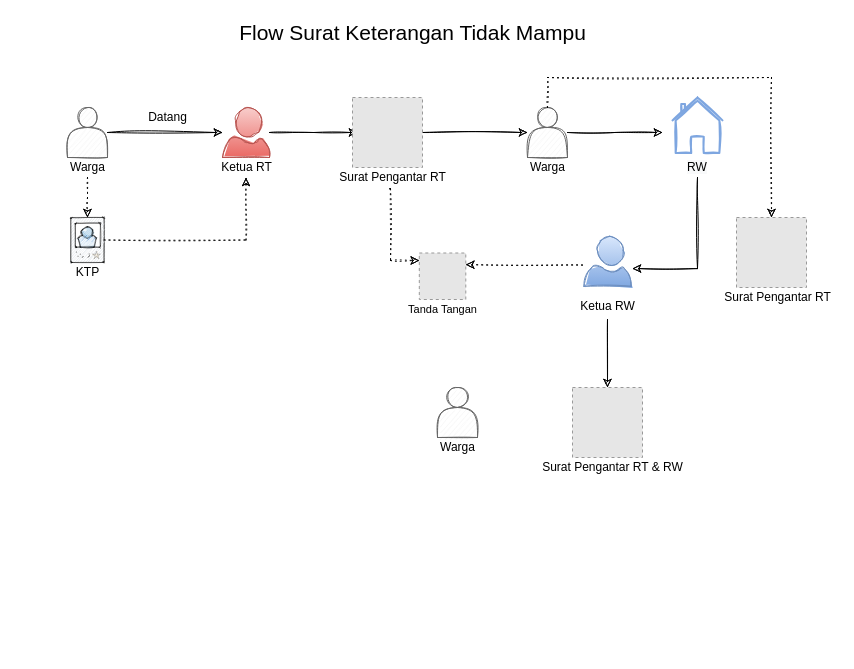
Before: Flow Chart MasAPp.drawio in arifinriski/fullstack_challenge, a draw.io diagram. Source tidied: cells renumbered, new cells numbered last; positions are measured from the earlier drawing's top-left corner, leaving out a move shared by most shapes. Both pictures are drawn from the tidied source at 100%, with x=0, y=0 at pixel (62, 17). Pictures stored in the file or linked from it are replaced by grey dashed boxes.
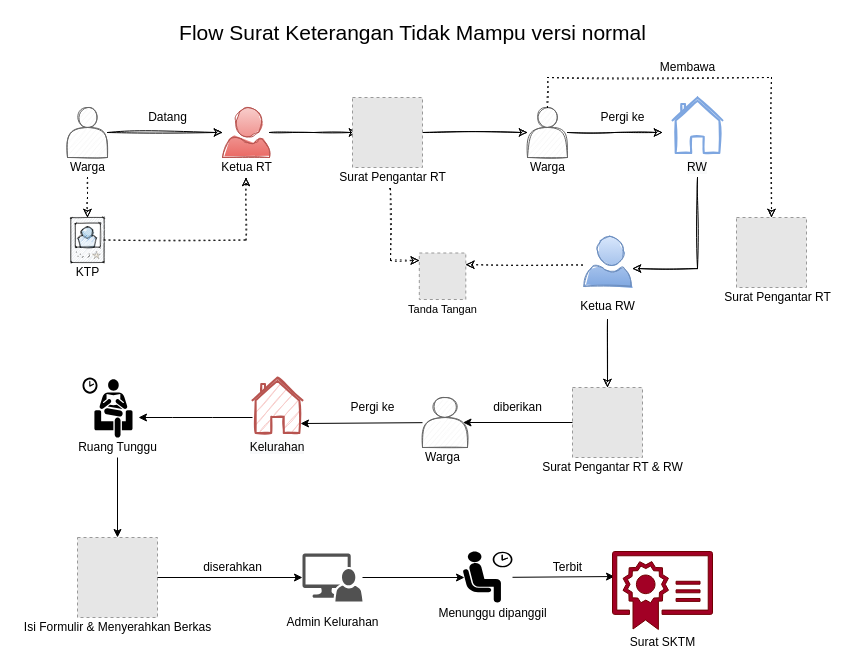
Above is the later version.

Unchanged cells that the change refers to:
```xml
<mxCell id="40" style="fillColor=#E6E6E6;strokeColor=#999999;dashed=1;html=1;verticalAlign=top;verticalLabelPosition=bottom;labelBackgroundColor=#ffffff;" parent="38" vertex="1">
  <mxGeometry x="40" width="70" height="70" as="geometry" />
</mxCell>
```

What changed in the source:
```diff
@@
-    <mxCell id="4" value="Flow Surat Keterangan Tidak Mampu" style="text;html=1;align=center;verticalAlign=middle;fontSize=21;sketch=1;" parent="1" vertex="1">
-      <mxGeometry x="170" width="360" height="30" as="geometry" />
+    <mxCell id="4" value="Flow Surat Keterangan Tidak Mampu versi normal" style="text;html=1;align=center;verticalAlign=middle;fontSize=21;sketch=1;" parent="1" vertex="1">
+      <mxGeometry x="110" width="480" height="30" as="geometry" />
     </mxCell>
@@
     <mxCell id="45" style="group;" parent="1" vertex="1">
-      <mxGeometry x="370" y="370" width="50" height="70" as="geometry" />
+      <mxGeometry x="355" y="380" width="50" height="70" as="geometry" />
     </mxCell>
     <mxCell id="46" style="shape=actor;whiteSpace=wrap;html=1;fillColor=#f5f5f5;strokeColor=#666666;fontColor=#333333;sketch=1;" parent="45" vertex="1">
-      <mxGeometry x="5" width="40" height="50" as="geometry" />
+      <mxGeometry x="5" width="45" height="50" as="geometry" />
     </mxCell>
@@
+    <mxCell id="48" style="edgeStyle=orthogonalEdgeStyle;rounded=0;jettySize=auto;html=1;entryX=0.9;entryY=0.5;entryDx=0;entryDy=0;entryPerimeter=0;" parent="1" edge="1" source="40" target="46">
+      <mxGeometry relative="1" as="geometry" />
+    </mxCell>
+    <mxCell id="49" style="rounded=0;jettySize=auto;html=1;entryX=0.96;entryY=0.829;entryDx=0;entryDy=0;entryPerimeter=0;" parent="1" edge="1" source="46" target="51">
+      <mxGeometry relative="1" as="geometry" />
+    </mxCell>
+    <mxCell id="50" style="group;" parent="1" vertex="1">
+      <mxGeometry x="190" y="360" width="50" height="80" as="geometry" />
+    </mxCell>
+    <mxCell id="51" style="html=1;verticalLabelPosition=bottom;align=center;labelBackgroundColor=#ffffff;verticalAlign=top;strokeWidth=2;shadow=0;dashed=0;shape=mxgraph.ios7.icons.home;sketch=1;strokeColor=#b85450;fillColor=#f8cecc;" parent="50" vertex="1">
+      <mxGeometry width="50" height="55.5" as="geometry" />
+    </mxCell>
+    <mxCell id="52" value="&lt;span style=&quot;color: rgb(0 , 0 , 0) ; font-family: &amp;#34;helvetica&amp;#34; ; font-size: 12px ; font-style: normal ; font-weight: 400 ; letter-spacing: normal ; text-indent: 0px ; text-transform: none ; word-spacing: 0px ; background-color: rgb(248 , 249 , 250) ; display: inline ; float: none&quot;&gt;Kelurahan&lt;/span&gt;" style="text;whiteSpace=wrap;html=1;align=center;verticalAlign=middle;" parent="50" vertex="1">
+      <mxGeometry y="60" width="50" height="20" as="geometry" />
+    </mxCell>
+    <mxCell id="53" style="group;" parent="1" vertex="1">
+      <mxGeometry x="10" y="360" width="90" height="80" as="geometry" />
+    </mxCell>
+    <mxCell id="54" style="shape=mxgraph.signs.people.waiting_room_2;html=1;fillColor=#000000;strokeColor=none;verticalLabelPosition=bottom;verticalAlign=top;align=center;" parent="53" vertex="1">
+      <mxGeometry x="10" width="50" height="60" as="geometry" />
+    </mxCell>
+    <mxCell id="55" value="Ruang Tunggu" style="text;html=1;align=center;verticalAlign=middle;points=[];" parent="53" vertex="1">
+      <mxGeometry y="60" width="90" height="20" as="geometry" />
+    </mxCell>
+    <mxCell id="56" value="Pergi ke" style="text;html=1;align=center;verticalAlign=middle;" parent="1" vertex="1">
+      <mxGeometry x="280" y="380" width="60" height="20" as="geometry" />
+    </mxCell>
+    <mxCell id="57" value="diberikan" style="text;html=1;align=center;verticalAlign=middle;" parent="1" vertex="1">
+      <mxGeometry x="425" y="380" width="60" height="20" as="geometry" />
+    </mxCell>
+    <mxCell id="58" value="Pergi ke" style="text;html=1;align=center;verticalAlign=middle;" parent="1" vertex="1">
+      <mxGeometry x="530" y="90" width="60" height="20" as="geometry" />
+    </mxCell>
+    <mxCell id="59" value="Membawa" style="text;html=1;align=center;verticalAlign=middle;" parent="1" vertex="1">
+      <mxGeometry x="590" y="40" width="70" height="20" as="geometry" />
+    </mxCell>
+    <mxCell id="60" style="edgeStyle=none;rounded=0;orthogonalLoop=1;jettySize=auto;html=1;" parent="1" edge="1">
+      <mxGeometry relative="1" as="geometry">
+        <mxPoint x="190" y="400" as="sourcePoint" />
+        <mxPoint x="76" y="400" as="targetPoint" />
+        <Array as="points">
+          <mxPoint x="150" y="400" />
+          <mxPoint x="110" y="400" />
+        </Array>
+      </mxGeometry>
+    </mxCell>
+    <mxCell id="61" style="edgeStyle=none;rounded=0;jettySize=auto;html=1;entryX=0.5;entryY=0;entryDx=0;entryDy=0;" parent="1" edge="1" source="55" target="63">
+      <mxGeometry relative="1" as="geometry" />
+    </mxCell>
+    <mxCell id="62" style="group;" parent="1" vertex="1">
+      <mxGeometry x="-45" y="520" width="200" height="100" as="geometry" />
+    </mxCell>
+    <mxCell id="63" style="fillColor=#E6E6E6;strokeColor=#999999;dashed=1;html=1;verticalAlign=top;verticalLabelPosition=bottom;labelBackgroundColor=#ffffff;" parent="62" vertex="1">
+      <mxGeometry x="60" width="80" height="80" as="geometry" />
+    </mxCell>
+    <mxCell id="64" value="Isi Formulir &amp;amp; Menyerahkan Berkas" style="text;html=1;align=center;verticalAlign=middle;" parent="62" vertex="1">
+      <mxGeometry y="80" width="200" height="20" as="geometry" />
+    </mxCell>
+    <mxCell id="65" style="group;" parent="1" vertex="1">
+      <mxGeometry x="240" y="536" width="85" height="79" as="geometry" />
+    </mxCell>
+    <mxCell id="66" style="shadow=0;dashed=0;html=1;strokeColor=none;labelPosition=center;verticalLabelPosition=bottom;verticalAlign=top;align=center;fillColor=#515151;shape=mxgraph.mscae.system_center.admin_console;" parent="65" vertex="1">
+      <mxGeometry width="60" height="48" as="geometry" />
+    </mxCell>
+    <mxCell id="67" value="Admin Kelurahan" style="text;html=1;align=center;verticalAlign=middle;" parent="65" vertex="1">
+      <mxGeometry x="-25" y="59" width="110" height="20" as="geometry" />
+    </mxCell>
+    <mxCell id="68" style="edgeStyle=none;rounded=0;jettySize=auto;html=1;entryX=0;entryY=0.5;entryDx=0;entryDy=0;entryPerimeter=0;" parent="1" edge="1" source="63" target="66">
+      <mxGeometry relative="1" as="geometry" />
+    </mxCell>
+    <mxCell id="69" value="diserahkan" style="text;html=1;align=center;verticalAlign=middle;" parent="1" vertex="1">
+      <mxGeometry x="135" y="540" width="70" height="20" as="geometry" />
+    </mxCell>
+    <mxCell id="70" style="edgeStyle=none;rounded=0;jettySize=auto;html=1;entryX=0.04;entryY=0.5;entryDx=0;entryDy=0;entryPerimeter=0;" parent="1" edge="1" source="66" target="72">
+      <mxGeometry relative="1" as="geometry" />
+    </mxCell>
+    <mxCell id="71" style="group;" parent="1" vertex="1">
+      <mxGeometry x="370" y="534" width="120" height="72" as="geometry" />
+    </mxCell>
+    <mxCell id="72" style="shape=mxgraph.signs.people.waiting_room_1;html=1;fillColor=#000000;strokeColor=none;verticalLabelPosition=bottom;verticalAlign=top;align=center;" parent="71" vertex="1">
+      <mxGeometry x="30" width="50" height="52" as="geometry" />
+    </mxCell>
+    <mxCell id="73" value="Menunggu dipanggil" style="text;html=1;align=center;verticalAlign=middle;" parent="71" vertex="1">
+      <mxGeometry y="52" width="120" height="20" as="geometry" />
+    </mxCell>
+    <mxCell id="74" style="edgeStyle=none;rounded=0;jettySize=auto;html=1;entryX=0.02;entryY=0.321;entryDx=0;entryDy=0;entryPerimeter=0;" parent="1" edge="1" source="72" target="76">
+      <mxGeometry relative="1" as="geometry" />
+    </mxCell>
+    <mxCell id="75" style="group;" parent="1" vertex="1">
+      <mxGeometry x="550" y="534" width="100" height="101" as="geometry" />
+    </mxCell>
+    <mxCell id="76" style="html=1;shadow=0;align=center;verticalAlign=top;shape=mxgraph.gcp2.certified_industry_standard;sketch=0;fillColor=#a20025;strokeColor=#6F0000;fontColor=#ffffff;" parent="75" vertex="1">
+      <mxGeometry width="100" height="78" as="geometry" />
+    </mxCell>
+    <mxCell id="77" value="Surat SKTM" style="text;html=1;align=center;verticalAlign=middle;" parent="75" vertex="1">
+      <mxGeometry x="10" y="81" width="80" height="20" as="geometry" />
+    </mxCell>
+    <mxCell id="78" value="Terbit" style="text;html=1;align=center;verticalAlign=middle;" parent="1" vertex="1">
+      <mxGeometry x="485" y="540" width="40" height="20" as="geometry" />
+    </mxCell>
```
